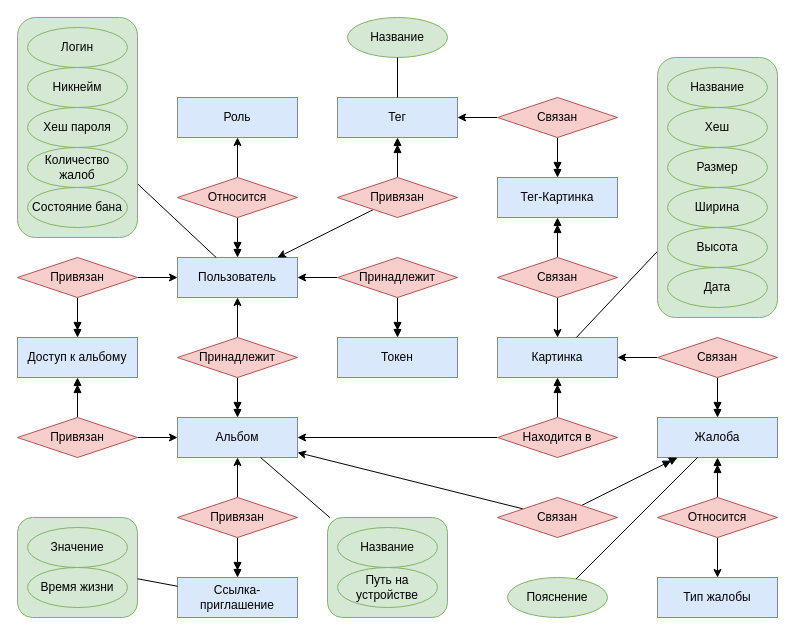
Earlier version of the draw.io diagram page "Концепт" (1 of 4) of docs/Модели БД.drawio (savayaqu/course-project-4). Source tidied: cells renumbered, new cells numbered last; positions are measured from the earlier drawing's top-left corner, leaving out a move shared by most shapes. Both pictures are drawn from the tidied source at 100%, with x=0, y=0 at pixel (17, 17).
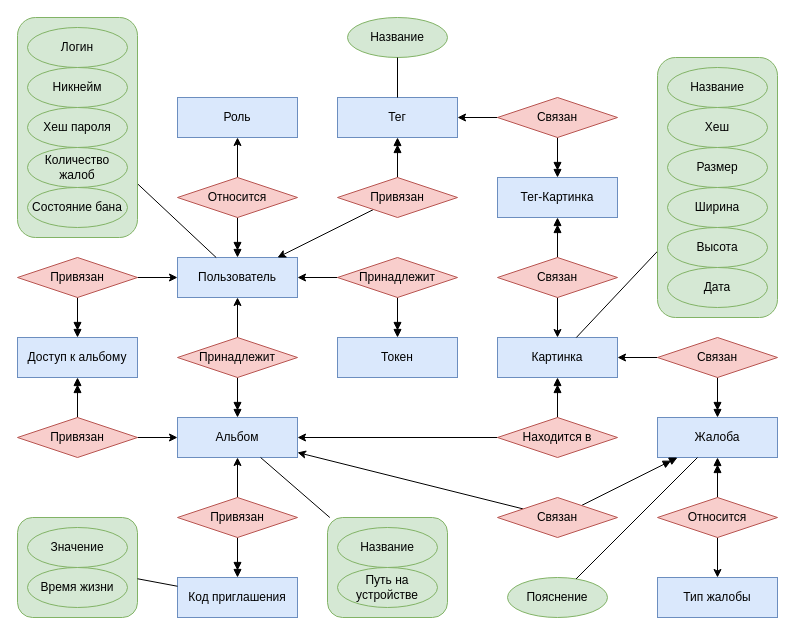
Above is the later version.

What changed in the source:
```diff
@@
-    <mxCell id="46" value="Ссылка-приглашение" style="rounded=0;whiteSpace=wrap;html=1;fillColor=#dae8fc;strokeColor=#6c8ebf;" parent="1" vertex="1">
+    <mxCell id="46" value="Код приглашения" style="rounded=0;whiteSpace=wrap;html=1;fillColor=#dae8fc;strokeColor=#6c8ebf;" parent="1" vertex="1">
       <mxGeometry x="160" y="560" width="120" height="40" as="geometry" />
     </mxCell>
```
